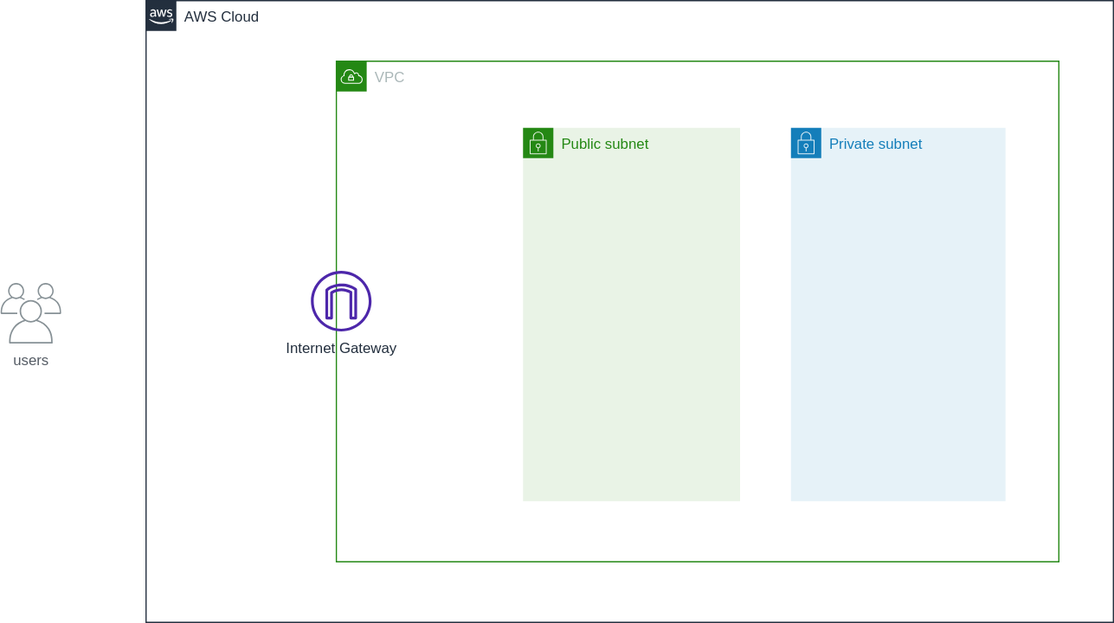
Earlier version of the draw.io export infrastructure/workspaces/route53-resolver-endpoints/overview.drawio.svg (ishiharatma/aws-cdk-reference-architectures). Source tidied: cells renumbered, new cells last; positions are measured from the earlier drawing's top-left corner, leaving out a move shared by most shapes.
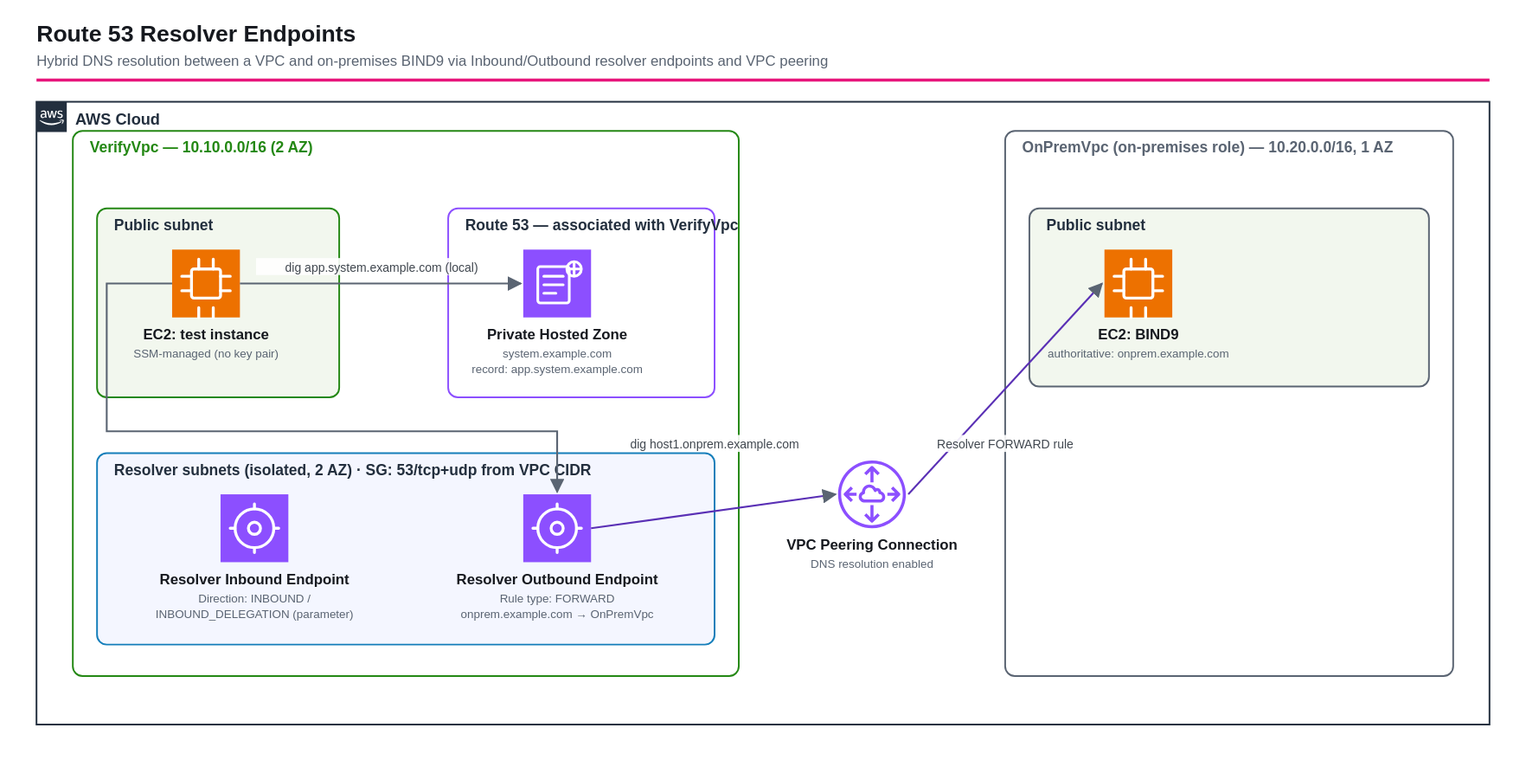
Later version of the same file.

Commit message:
fix(route53): AWSアイコン構成図を追加し、paramsが読み込まれないバグを修正

Diff of the diagram source:
```diff
@@ -2,23 +2,65 @@
   <root>
     <mxCell id="0" />
     <mxCell id="1" parent="0" />
+    <mxCell id="8" value="Route 53 Resolver Endpoints" style="text;html=1;strokeColor=none;fillColor=none;align=left;verticalAlign=middle;whiteSpace=wrap;rounded=0;fontSize=19;fontStyle=1;fontColor=#16191F;" parent="1" vertex="1">
+      <mxGeometry x="-6" y="-74" width="1200" height="28" as="geometry" />
+    </mxCell>
+    <mxCell id="9" value="Hybrid DNS resolution between a VPC and on-premises BIND9 via Inbound/Outbound resolver endpoints and VPC peering" style="text;html=1;strokeColor=none;fillColor=none;align=left;verticalAlign=middle;whiteSpace=wrap;rounded=0;fontSize=12;fontStyle=0;fontColor=#5A6472;" parent="1" vertex="1">
+      <mxGeometry x="-6" y="-46" width="1200" height="18" as="geometry" />
+    </mxCell>
+    <mxCell id="10" style="rounded=0;whiteSpace=wrap;html=1;fillColor=#E7157B;strokeColor=none;" parent="1" vertex="1">
+      <mxGeometry x="-6" y="-22" width="1200" height="2.5" as="geometry" />
+    </mxCell>
     <mxCell id="2" value="AWS Cloud" style="gradientColor=none;html=1;whiteSpace=wrap;fontSize=12;fontStyle=0;shape=mxgraph.aws4.group;grIcon=mxgraph.aws4.group_aws_cloud_alt;strokeColor=#232F3E;fillColor=none;verticalAlign=top;align=left;spacingLeft=30;fontColor=#232F3E;dashed=0;" parent="1" vertex="1">
-      <mxGeometry x="120" width="798" height="513" as="geometry" />
+      <mxGeometry x="-6" y="-4" width="1200" height="514" as="geometry" />
     </mxCell>
-    <mxCell id="3" value="VPC" style="gradientColor=none;html=1;whiteSpace=wrap;fontSize=12;fontStyle=0;shape=mxgraph.aws4.group;grIcon=mxgraph.aws4.group_vpc;strokeColor=#248814;fillColor=none;verticalAlign=top;align=left;spacingLeft=30;fontColor=#AAB7B8;dashed=0;" parent="2" vertex="1">
-      <mxGeometry x="157" y="50" width="596" height="413" as="geometry" />
-    </mxCell>
-    <mxCell id="4" value="Private subnet" style="gradientColor=none;html=1;whiteSpace=wrap;fontSize=12;fontStyle=0;shape=mxgraph.aws4.group;grIcon=mxgraph.aws4.group_security_group;grStroke=0;strokeColor=#147EBA;fillColor=#E6F2F8;verticalAlign=top;align=left;spacingLeft=30;fontColor=#147EBA;dashed=0;" parent="3" vertex="1">
-      <mxGeometry x="375" y="55" width="177" height="308" as="geometry" />
-    </mxCell>
+    <mxCell id="11" value="VerifyVpc — 10.10.0.0/16 (2 AZ)" style="gradientColor=none;html=1;whiteSpace=wrap;fontSize=12;fontStyle=0;shape=mxgraph.aws4.group;grIcon=mxgraph.aws4.group_vpc;strokeColor=#248814;fillColor=none;verticalAlign=top;align=left;spacingLeft=30;fontColor=#248814;dashed=0;" parent="1" vertex="1">
+      <mxGeometry x="24" y="20" width="550" height="450" as="geometry" />
+    </mxCell>
+    <mxCell id="12" value="Public subnet" style="gradientColor=none;html=1;whiteSpace=wrap;fontSize=12;fontStyle=0;shape=mxgraph.aws4.group;grIcon=mxgraph.aws4.group_security_group;grStroke=0;strokeColor=#248814;fillColor=#E9F3E6;verticalAlign=top;align=left;spacingLeft=30;fontColor=#248814;dashed=0;" parent="1" vertex="1">
+      <mxGeometry x="44" y="84" width="200" height="156" as="geometry" />
+    </mxCell>
+    <mxCell id="13" value="Route 53 — associated with VerifyVpc" style="rounded=1;whiteSpace=wrap;html=1;fillColor=none;strokeColor=#8C4FFF;verticalAlign=top;align=left;spacingLeft=10;spacingTop=6;fontSize=12;fontStyle=1;fontColor=#8C4FFF;dashed=0;" parent="1" vertex="1">
+      <mxGeometry x="334" y="84" width="220" height="156" as="geometry" />
+    </mxCell>
-    <mxCell id="5" value="Public subnet" style="gradientColor=none;html=1;whiteSpace=wrap;fontSize=12;fontStyle=0;shape=mxgraph.aws4.group;grIcon=mxgraph.aws4.group_security_group;grStroke=0;strokeColor=#248814;fillColor=#E9F3E6;verticalAlign=top;align=left;spacingLeft=30;fontColor=#248814;dashed=0;" parent="3" vertex="1">
-      <mxGeometry x="154" y="55" width="179" height="308" as="geometry" />
+    <mxCell id="5" value="Resolver subnets (isolated, 2 AZ) · SG: 53/tcp+udp from VPC CIDR" style="gradientColor=none;html=1;whiteSpace=wrap;fontSize=12;fontStyle=0;shape=mxgraph.aws4.group;grIcon=mxgraph.aws4.group_security_group;grStroke=0;strokeColor=#147EBA;fillColor=#E6F2F8;verticalAlign=top;align=left;spacingLeft=30;fontColor=#147EBA;dashed=0;" parent="1" vertex="1">
+      <mxGeometry x="44" y="286" width="510" height="158" as="geometry" />
     </mxCell>
-    <mxCell id="6" value="Internet Gateway" style="sketch=0;fontColor=#232F3E;gradientColor=none;fillColor=#4D27AA;strokeColor=none;dashed=0;verticalLabelPosition=bottom;verticalAlign=top;align=center;html=1;fontSize=12;fontStyle=0;shape=mxgraph.aws4.internet_gateway;" parent="3" vertex="1">
-      <mxGeometry x="-21" y="173" width="50" height="50" as="geometry" />
+    <mxCell id="6" value="OnPremVpc (on-premises role) — 10.20.0.0/16, 1 AZ" style="gradientColor=none;html=1;whiteSpace=wrap;fontSize=12;fontStyle=0;shape=mxgraph.aws4.group;grIcon=mxgraph.aws4.group_vpc;strokeColor=#5A6472;fillColor=none;verticalAlign=top;align=left;spacingLeft=30;fontColor=#5A6472;dashed=0;" parent="1" vertex="1">
+      <mxGeometry x="794" y="20" width="370" height="450" as="geometry" />
     </mxCell>
-    <mxCell id="7" value="users" style="sketch=0;gradientColor=none;fontColor=#545B64;strokeColor=none;fillColor=#879196;dashed=0;verticalLabelPosition=bottom;verticalAlign=top;align=center;html=1;fontSize=12;fontStyle=0;shape=mxgraph.aws4.illustration_users;" parent="1" vertex="1">
-      <mxGeometry y="233" width="50" height="50" as="geometry" />
+    <mxCell id="7" value="Public subnet" style="gradientColor=none;html=1;whiteSpace=wrap;fontSize=12;fontStyle=0;shape=mxgraph.aws4.group;grIcon=mxgraph.aws4.group_security_group;grStroke=0;strokeColor=#5A6472;fillColor=#F0F1F2;verticalAlign=top;align=left;spacingLeft=30;fontColor=#5A6472;dashed=0;" parent="1" vertex="1">
+      <mxGeometry x="814" y="84" width="330" height="147" as="geometry" />
     </mxCell>
+    <mxCell id="14" value="EC2: test instance" style="sketch=0;outlineConnect=0;fontColor=#232F3E;gradientColor=none;fillColor=#ED7100;strokeColor=none;dashed=0;verticalLabelPosition=bottom;verticalAlign=top;align=center;html=1;fontSize=12;fontStyle=0;shape=mxgraph.aws4.ec2;" parent="1" vertex="1">
+      <mxGeometry x="106" y="118" width="56" height="56" as="geometry" />
+    </mxCell>
+    <mxCell id="15" value="Private Hosted Zone" style="sketch=0;outlineConnect=0;fontColor=#232F3E;gradientColor=none;fillColor=#8C4FFF;strokeColor=none;dashed=0;verticalLabelPosition=bottom;verticalAlign=top;align=center;html=1;fontSize=12;fontStyle=0;shape=mxgraph.aws4.hosted_zone;" parent="1" vertex="1">
+      <mxGeometry x="396" y="118" width="56" height="56" as="geometry" />
+    </mxCell>
+    <mxCell id="16" value="Resolver Inbound Endpoint" style="sketch=0;fontColor=#232F3E;gradientColor=none;fillColor=#8C4FFF;strokeColor=none;dashed=0;verticalLabelPosition=bottom;verticalAlign=top;align=center;html=1;fontSize=12;fontStyle=0;shape=mxgraph.aws4.route_53_resolver;" parent="1" vertex="1">
+      <mxGeometry x="146" y="320" width="56" height="56" as="geometry" />
+    </mxCell>
+    <mxCell id="17" value="Resolver Outbound Endpoint" style="sketch=0;outlineConnect=0;fontColor=#232F3E;gradientColor=none;fillColor=#8C4FFF;strokeColor=none;dashed=0;verticalLabelPosition=bottom;verticalAlign=top;align=center;html=1;fontSize=12;fontStyle=0;shape=mxgraph.aws4.route_53_resolver;" parent="1" vertex="1">
+      <mxGeometry x="396" y="320" width="56" height="56" as="geometry" />
+    </mxCell>
+    <mxCell id="18" value="EC2: BIND9" style="sketch=0;outlineConnect=0;fontColor=#232F3E;gradientColor=none;fillColor=#ED7100;strokeColor=none;dashed=0;verticalLabelPosition=bottom;verticalAlign=top;align=center;html=1;fontSize=12;fontStyle=0;shape=mxgraph.aws4.ec2;" parent="1" vertex="1">
+      <mxGeometry x="876" y="118" width="56" height="56" as="geometry" />
+    </mxCell>
+    <mxCell id="19" value="VPC Peering Connection" style="sketch=0;outlineConnect=0;fontColor=#232F3E;gradientColor=none;fillColor=#8C4FFF;strokeColor=none;dashed=0;verticalLabelPosition=bottom;verticalAlign=top;align=center;html=1;fontSize=12;fontStyle=0;shape=mxgraph.aws4.peering;" parent="1" vertex="1">
+      <mxGeometry x="656" y="292" width="56" height="56" as="geometry" />
+    </mxCell>
+    <mxCell id="20" value="dig app.system.example.com (local)" style="edgeStyle=orthogonalEdgeStyle;rounded=0;html=1;fontSize=10;endArrow=block;endFill=1;strokeColor=#5A6472;" parent="1" edge="1" source="14" target="15">
+      <mxGeometry relative="1" as="geometry" />
+    </mxCell>
+    <mxCell id="21" value="dig host1.onprem.example.com" style="edgeStyle=orthogonalEdgeStyle;rounded=0;html=1;fontSize=10;endArrow=block;endFill=1;strokeColor=#5A6472;" parent="1" edge="1" source="14" target="17">
+      <mxGeometry relative="1" as="geometry" />
+    </mxCell>
+    <mxCell id="22" value="FORWARD rule" style="edgeStyle=orthogonalEdgeStyle;rounded=0;html=1;fontSize=10;endArrow=block;endFill=1;strokeColor=#5A6472;" parent="1" edge="1" source="17" target="19">
+      <mxGeometry relative="1" as="geometry" />
+    </mxCell>
+    <mxCell id="23" value="VPC Peering" style="edgeStyle=orthogonalEdgeStyle;rounded=0;html=1;fontSize=10;endArrow=block;endFill=1;strokeColor=#5A6472;" parent="1" edge="1" source="19" target="18">
+      <mxGeometry relative="1" as="geometry" />
+    </mxCell>
   </root>
 </mxGraphModel>
```
